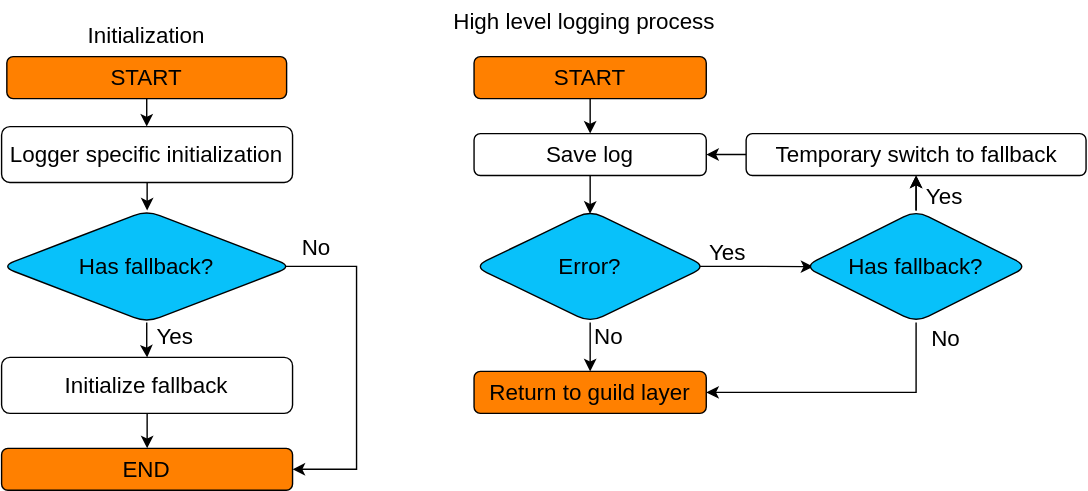
The draw.io diagram docs/thesis/images/daf-high-level-log.svg in davidhozic/discord-advertisement-framework, before a commit. Source tidied: cells renumbered, new cells last; positions are measured from the earlier drawing's top-left corner, leaving out a move shared by most shapes.
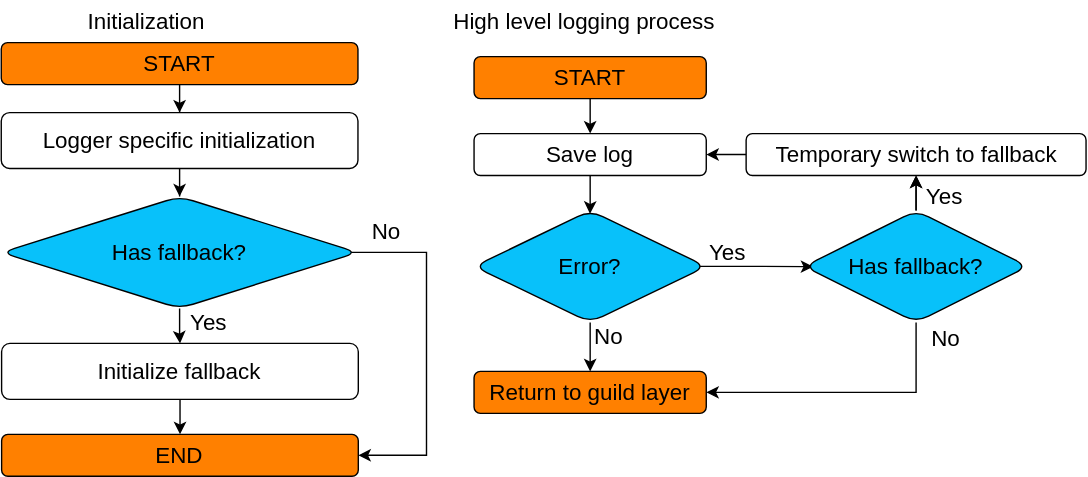
Later version of the same file.

What changed in the source:
```diff
@@ -6,19 +6,19 @@
       <mxGeometry relative="1" as="geometry" />
     </mxCell>
     <mxCell id="3" value="START" style="rounded=1;whiteSpace=wrap;html=1;fontSize=16;glass=0;strokeWidth=1;shadow=0;fillColor=#FF8000;strokeColor=default;" parent="1" vertex="1">
-      <mxGeometry x="4" y="40" width="200" height="30" as="geometry" />
+      <mxGeometry y="30" width="255" height="30" as="geometry" />
     </mxCell>
     <mxCell id="4" style="edgeStyle=orthogonalEdgeStyle;rounded=0;jettySize=auto;html=1;fontSize=16;" parent="1" edge="1" source="5" target="9">
       <mxGeometry relative="1" as="geometry" />
     </mxCell>
     <mxCell id="5" value="Logger specific initialization" style="whiteSpace=wrap;html=1;rounded=1;glass=0;strokeWidth=1;shadow=0;fontSize=16;" parent="1" vertex="1">
-      <mxGeometry x="0.2" y="90" width="208" height="40" as="geometry" />
+      <mxGeometry y="80" width="255" height="40" as="geometry" />
     </mxCell>
     <mxCell id="6" style="edgeStyle=orthogonalEdgeStyle;rounded=0;jettySize=auto;html=1;entryX=1;entryY=0.5;entryDx=0;entryDy=0;exitX=0.973;exitY=0.499;exitDx=0;exitDy=0;exitPerimeter=0;fontSize=16;" parent="1" edge="1" source="9" target="11">
       <mxGeometry relative="1" as="geometry">
         <Array as="points">
-          <mxPoint x="254" y="190" />
-          <mxPoint x="254" y="335" />
+          <mxPoint x="304" y="180" />
+          <mxPoint x="304" y="325" />
         </Array>
       </mxGeometry>
     </mxCell>
@@ -31,16 +31,16 @@
       <mxGeometry x="-0.21" y="20" relative="1" as="geometry" />
     </mxCell>
     <mxCell id="9" value="Has fallback?" style="rhombus;whiteSpace=wrap;html=1;rounded=1;glass=0;strokeWidth=1;shadow=0;fillColor=#08C1FA;fontSize=16;" parent="1" vertex="1">
-      <mxGeometry y="150" width="208" height="80" as="geometry" />
+      <mxGeometry y="140" width="255" height="80" as="geometry" />
     </mxCell>
     <mxCell id="10" style="edgeStyle=orthogonalEdgeStyle;rounded=0;jettySize=auto;html=1;fontSize=16;" parent="1" edge="1" source="29" target="11">
       <mxGeometry relative="1" as="geometry" />
     </mxCell>
     <mxCell id="11" value="END" style="whiteSpace=wrap;html=1;rounded=1;glass=0;strokeWidth=1;shadow=0;fillColor=#FF8000;strokeColor=default;fontSize=16;" parent="1" vertex="1">
-      <mxGeometry x="0.2" y="320" width="208" height="30" as="geometry" />
+      <mxGeometry x="0.2" y="310" width="255" height="30" as="geometry" />
     </mxCell>
     <mxCell id="12" value="Initialization" style="text;html=1;strokeColor=none;fillColor=none;align=center;verticalAlign=middle;whiteSpace=wrap;rounded=0;fontSize=16;" parent="1" vertex="1">
-      <mxGeometry x="49.2" y="10" width="110" height="30" as="geometry" />
+      <mxGeometry x="49.2" width="110" height="30" as="geometry" />
     </mxCell>
     <mxCell id="13" style="edgeStyle=orthogonalEdgeStyle;rounded=0;jettySize=auto;html=1;fontSize=16;" parent="1" edge="1" source="14" target="16">
       <mxGeometry relative="1" as="geometry" />
@@ -71,11 +71,15 @@
         <mxPoint x="62" y="-38" as="offset" />
       </mxGeometry>
     </mxCell>
-    <mxCell id="22" style="edgeStyle=orthogonalEdgeStyle;rounded=0;jettySize=auto;html=1;fontSize=16;" parent="1" edge="1" source="24" target="27">
-      <mxGeometry relative="1" as="geometry" />
+    <mxCell id="22" style="edgeStyle=orthogonalEdgeStyle;rounded=0;jettySize=auto;html=1;fontSize=16;" parent="1" edge="1" source="24">
+      <mxGeometry relative="1" as="geometry">
+        <mxPoint x="654" y="125" as="targetPoint" />
+      </mxGeometry>
     </mxCell>
-    <mxCell id="23" value="Yes" style="edgeStyle=orthogonalEdgeStyle;rounded=0;jettySize=auto;html=1;labelBackgroundColor=none;fontSize=16;" parent="1" edge="1" source="24" target="27">
-      <mxGeometry x="0.45" y="-20" relative="1" as="geometry" />
+    <mxCell id="23" value="Yes" style="edgeStyle=orthogonalEdgeStyle;rounded=0;jettySize=auto;html=1;labelBackgroundColor=none;fontSize=16;" parent="1" edge="1" source="24">
+      <mxGeometry x="0.45" y="-20" relative="1" as="geometry">
+        <mxPoint x="654" y="125" as="targetPoint" />
+      </mxGeometry>
     </mxCell>
     <mxCell id="24" value="Has fallback?" style="rhombus;whiteSpace=wrap;html=1;rounded=1;glass=0;strokeWidth=1;shadow=0;fillColor=#08C1FA;fontSize=16;" parent="1" vertex="1">
       <mxGeometry x="574" y="150" width="160" height="80" as="geometry" />
@@ -83,8 +87,10 @@
     <mxCell id="25" value="Return to guild layer" style="whiteSpace=wrap;html=1;rounded=1;glass=0;strokeWidth=1;shadow=0;fillColor=#FF8000;strokeColor=default;fontSize=16;" parent="1" vertex="1">
       <mxGeometry x="338" y="265" width="166" height="30" as="geometry" />
     </mxCell>
-    <mxCell id="26" style="edgeStyle=orthogonalEdgeStyle;rounded=0;jettySize=auto;html=1;fontSize=16;" parent="1" edge="1" source="27" target="16">
-      <mxGeometry relative="1" as="geometry" />
+    <mxCell id="26" style="edgeStyle=orthogonalEdgeStyle;rounded=0;jettySize=auto;html=1;fontSize=16;" parent="1" edge="1" target="16">
+      <mxGeometry relative="1" as="geometry">
+        <mxPoint x="532.5" y="110" as="sourcePoint" />
+      </mxGeometry>
     </mxCell>
     <mxCell id="27" value="Temporary switch to fallback" style="whiteSpace=wrap;html=1;rounded=1;glass=0;strokeWidth=1;shadow=0;fontSize=16;" parent="1" vertex="1">
       <mxGeometry x="532.5" y="95" width="243" height="30" as="geometry" />
@@ -93,7 +99,7 @@
       <mxGeometry x="284" width="266" height="30" as="geometry" />
     </mxCell>
     <mxCell id="29" value="Initialize fallback" style="whiteSpace=wrap;html=1;rounded=1;glass=0;strokeWidth=1;shadow=0;fontSize=16;" parent="1" vertex="1">
-      <mxGeometry x="0.2" y="255" width="208" height="40" as="geometry" />
+      <mxGeometry x="0.2" y="245" width="255" height="40" as="geometry" />
     </mxCell>
   </root>
 </mxGraphModel>
```
